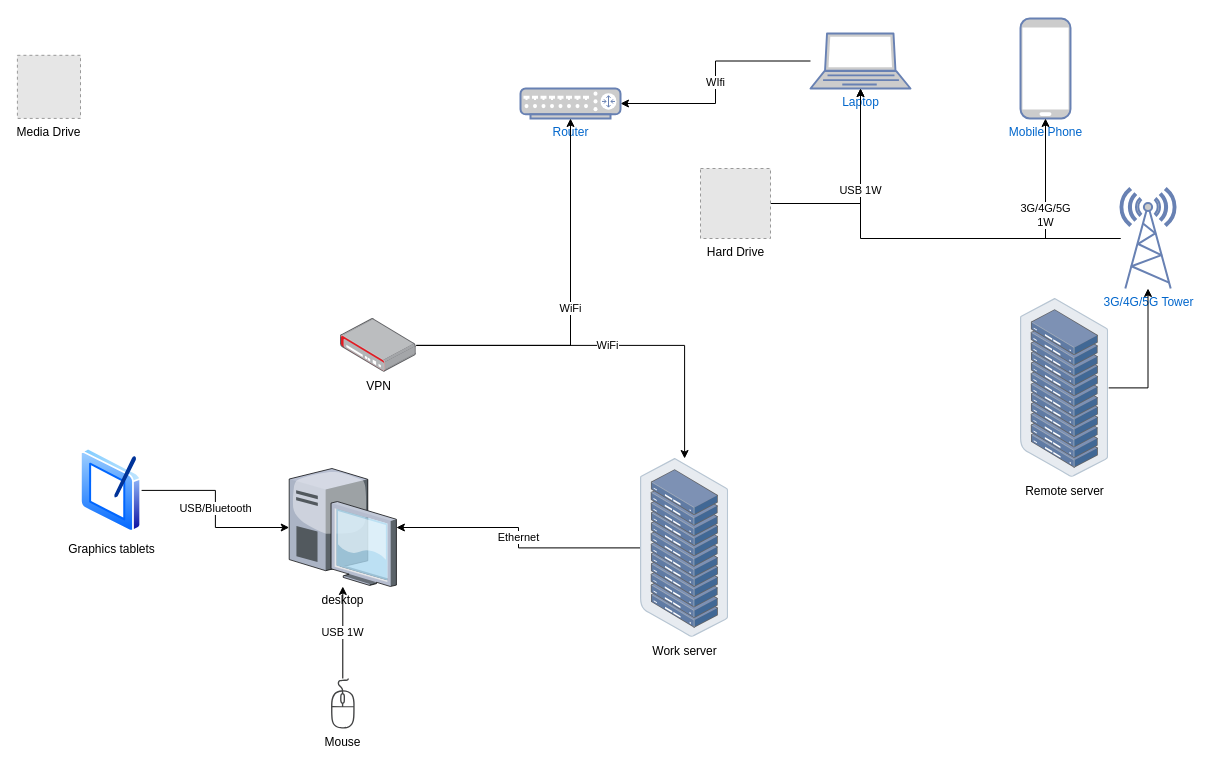
Above: Untitled Diagram.drawio in LilAliTech/Flow-chart (draw.io), before the change. Source tidied: cells renumbered, new cells numbered last; positions are measured from the earlier drawing's top-left corner, leaving out a move shared by most shapes. Both pictures are drawn from the tidied source at 100%, with x=0, y=0 at pixel (17, 18). Pictures stored in the file or linked from it are replaced by grey dashed boxes.
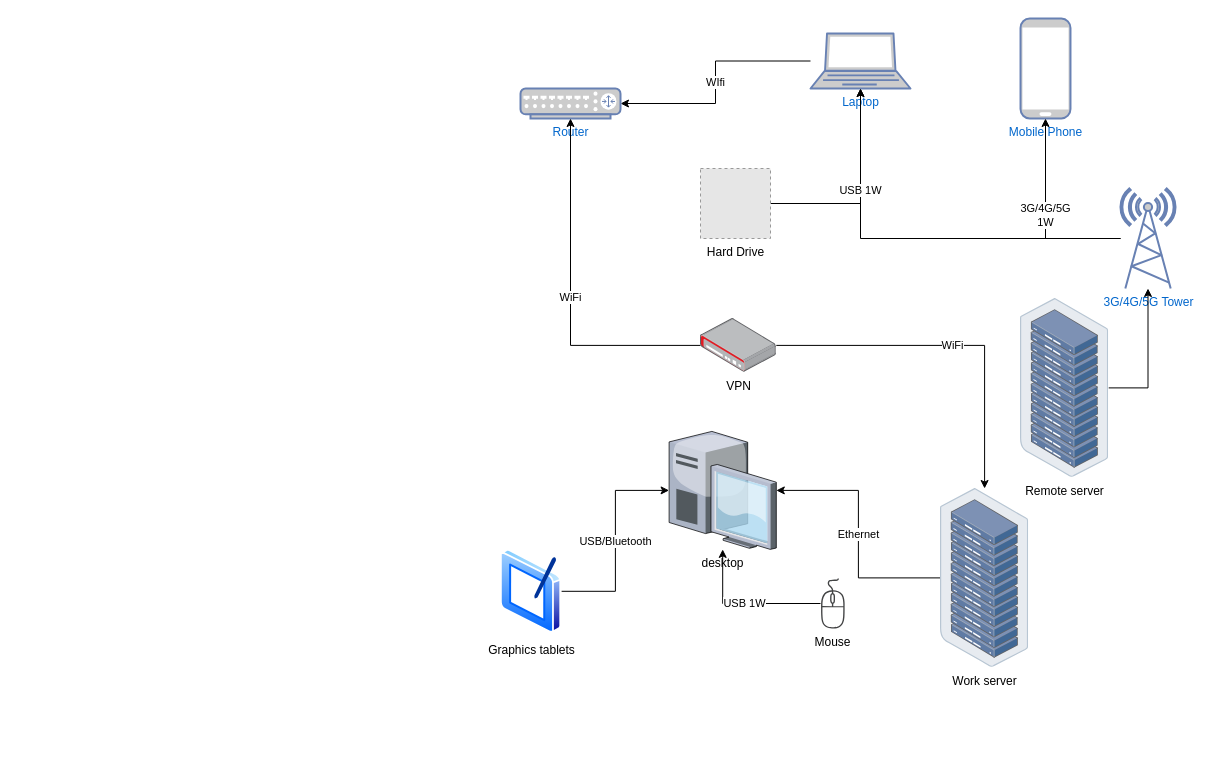
The same diagram, later.

Diff of the diagram source:
```diff
@@
     <mxCell id="8" value="desktop&lt;br&gt;" style="verticalLabelPosition=bottom;sketch=0;html=1;verticalAlign=top;strokeColor=none;align=center;outlineConnect=0;shape=mxgraph.citrix.desktop;" parent="1" vertex="1">
-      <mxGeometry x="271.7" y="450" width="107.2" height="118" as="geometry" />
+      <mxGeometry x="651.6" y="412.9" width="107.2" height="118" as="geometry" />
     </mxCell>
@@
     <mxCell id="10" value="Mouse&lt;br&gt;" style="sketch=0;shadow=0;dashed=0;html=1;strokeColor=none;fillColor=#434445;labelPosition=center;verticalLabelPosition=bottom;verticalAlign=top;align=center;outlineConnect=0;shape=mxgraph.vvd.mouse;" parent="1" vertex="1">
-      <mxGeometry x="313" y="660" width="24.5" height="50" as="geometry" />
+      <mxGeometry x="803" y="560" width="24.5" height="50" as="geometry" />
     </mxCell>
@@
     <mxCell id="12" value="Graphics tablets" style="perimeter=ellipsePerimeter;html=1;align=center;shadow=0;dashed=0;spacingTop=3;image;image=img/lib/active_directory/tablet_pc.svg;" parent="1" vertex="1">
-      <mxGeometry x="63" y="430" width="61.1" height="83.7" as="geometry" />
+      <mxGeometry x="483" y="530.9" width="61.1" height="83.7" as="geometry" />
     </mxCell>
@@
-    <mxCell id="15" value="Media Drive" style="fillColor=#E6E6E6;strokeColor=#999999;dashed=1;html=1;verticalAlign=top;verticalLabelPosition=bottom;labelBackgroundColor=#ffffff;" parent="1" vertex="1">
-      <mxGeometry x="-0.1" y="36.8" width="63.1" height="63.1" as="geometry" />
-    </mxCell>
@@
     <mxCell id="21" value="VPN" style="points=[];html=1;align=center;shadow=0;dashed=0;image;image=img/lib/allied_telesis/security/Router_VPN.svg;" parent="1" vertex="1">
-      <mxGeometry x="323" y="300" width="75.8" height="53.8" as="geometry" />
+      <mxGeometry x="683" y="300" width="75.8" height="53.8" as="geometry" />
     </mxCell>
@@
     <mxCell id="23" value="Work server&lt;br&gt;" style="points=[];html=1;align=center;shadow=0;dashed=0;image;image=img/lib/allied_telesis/storage/Datacenter_Server_Rack.svg;" parent="1" vertex="1">
-      <mxGeometry x="623" y="440" width="88.2" height="178.8" as="geometry" />
+      <mxGeometry x="923" y="470" width="88.2" height="178.8" as="geometry" />
     </mxCell>
```
